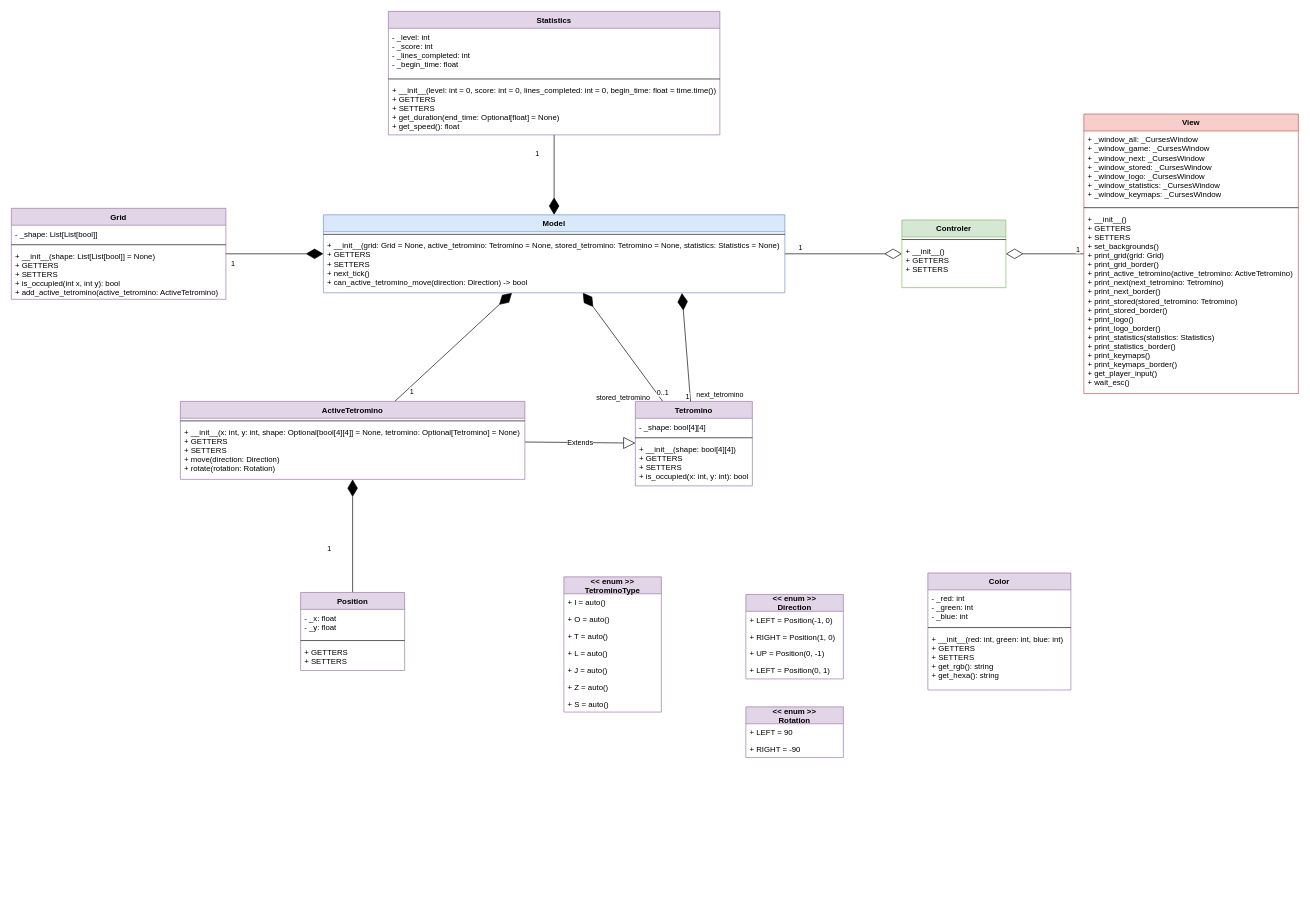
Before: informations/class diagram.drawio in le-chartreux/Tertris, a draw.io diagram. Source tidied: cells renumbered, new cells numbered last; positions are measured from the earlier drawing's top-left corner, leaving out a move shared by most shapes. Both pictures are drawn from the tidied source at 65%, with x=0, y=0 at pixel (11, 11).
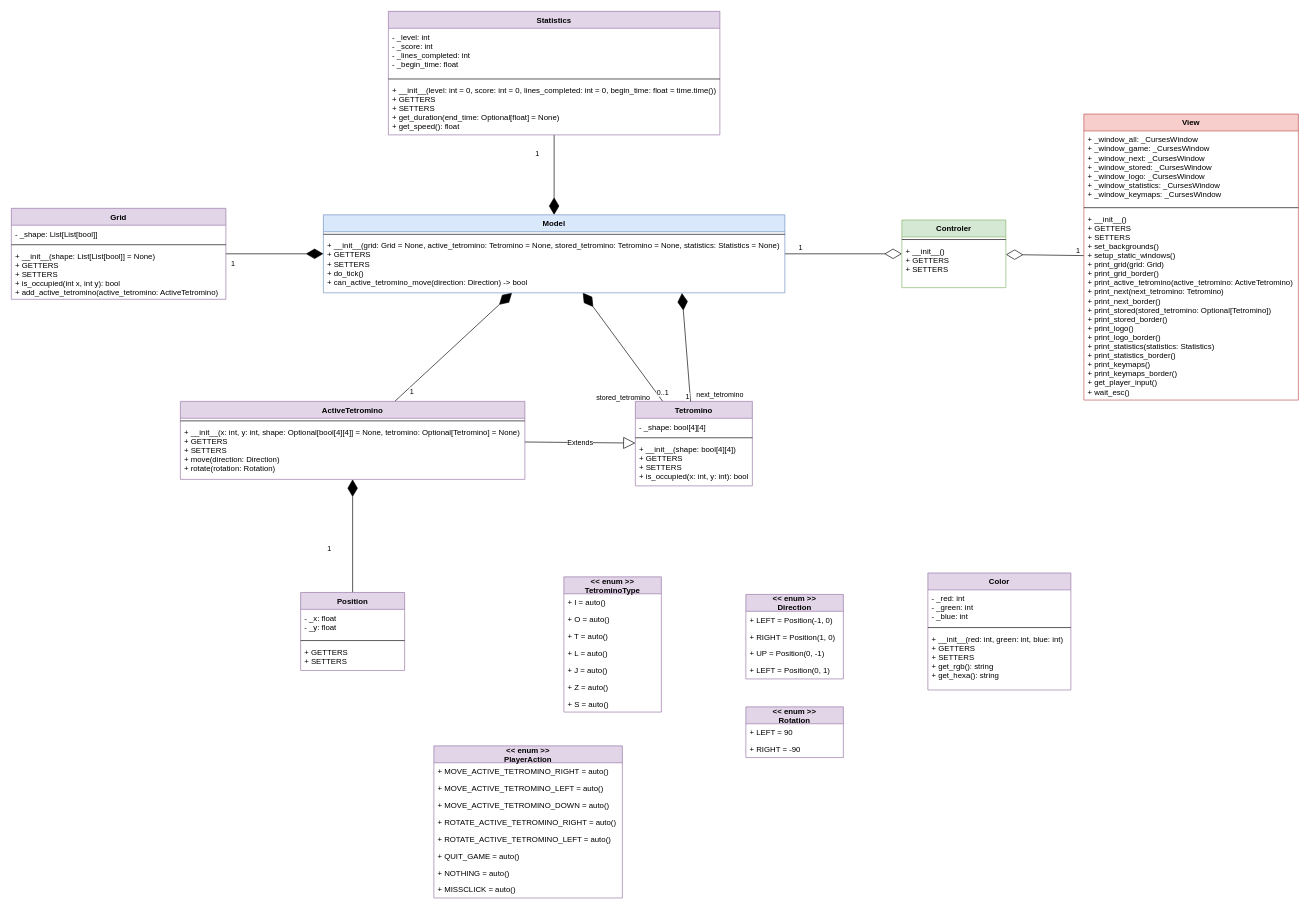
After the change.

The change refers to these unchanged cells:
```xml
<mxCell id="57" value="Model" style="swimlane;fontStyle=1;align=center;verticalAlign=top;horizontal=1;startSize=26;fillColor=#dae8fc;strokeColor=#6c8ebf;" parent="1" vertex="1">
  <mxGeometry x="480" y="313" width="710" height="120" as="geometry" />
</mxCell>
```

What changed in the source:
```diff
@@
-    <mxCell id="59" value="+ __init__(grid: Grid = None, active_tetromino: Tetromino = None, stored_tetromino: Tetromino = None, statistics: Statistics = None)&#10;+ GETTERS&#10;+ SETTERS&#10;+ next_tick()&#10;+ can_active_tetromino_move(direction: Direction) -&gt; bool" style="text;strokeColor=none;fillColor=none;align=left;verticalAlign=top;spacingLeft=4;spacingRight=4;overflow=hidden;points=[[0,0.5],[1,0.5]];portConstraint=eastwest;" parent="57" vertex="1">
+    <mxCell id="59" value="+ __init__(grid: Grid = None, active_tetromino: Tetromino = None, stored_tetromino: Tetromino = None, statistics: Statistics = None)&#10;+ GETTERS&#10;+ SETTERS&#10;+ do_tick()&#10;+ can_active_tetromino_move(direction: Direction) -&gt; bool" style="text;strokeColor=none;fillColor=none;align=left;verticalAlign=top;spacingLeft=4;spacingRight=4;overflow=hidden;points=[[0,0.5],[1,0.5]];portConstraint=eastwest;" parent="57" vertex="1">
       <mxGeometry y="34" width="710" height="86" as="geometry" />
     </mxCell>
@@
     <mxCell id="66" value="View" style="swimlane;fontStyle=1;align=center;verticalAlign=top;horizontal=1;startSize=26;fillColor=#f8cecc;strokeColor=#b85450;" parent="1" vertex="1">
-      <mxGeometry x="1650" y="158" width="330" height="430" as="geometry" />
+      <mxGeometry x="1650" y="158" width="330" height="440" as="geometry" />
     </mxCell>
@@
-    <mxCell id="69" value="+ __init__()&#10;+ GETTERS&#10;+ SETTERS&#10;+ set_backgrounds()&#10;+ print_grid(grid: Grid)&#10;+ print_grid_border()&#10;+ print_active_tetromino(active_tetromino: ActiveTetromino)&#10;+ print_next(next_tetromino: Tetromino)&#10;+ print_next_border()&#10;+ print_stored(stored_tetromino: Tetromino)&#10;+ print_stored_border()&#10;+ print_logo()&#10;+ print_logo_border()&#10;+ print_statistics(statistics: Statistics)&#10;+ print_statistics_border()&#10;+ print_keymaps()&#10;+ print_keymaps_border()&#10;+ get_player_input()&#10;+ wait_esc()" style="text;strokeColor=none;fillColor=none;align=left;verticalAlign=top;spacingLeft=4;spacingRight=4;overflow=hidden;" parent="66" vertex="1">
-      <mxGeometry y="148" width="330" height="282" as="geometry" />
+    <mxCell id="69" value="+ __init__()&#10;+ GETTERS&#10;+ SETTERS&#10;+ set_backgrounds()&#10;+ setup_static_windows()&#10;+ print_grid(grid: Grid)&#10;+ print_grid_border()&#10;+ print_active_tetromino(active_tetromino: ActiveTetromino)&#10;+ print_next(next_tetromino: Tetromino)&#10;+ print_next_border()&#10;+ print_stored(stored_tetromino: Optional[Tetromino])&#10;+ print_stored_border()&#10;+ print_logo()&#10;+ print_logo_border()&#10;+ print_statistics(statistics: Statistics)&#10;+ print_statistics_border()&#10;+ print_keymaps()&#10;+ print_keymaps_border()&#10;+ get_player_input()&#10;+ wait_esc()" style="text;strokeColor=none;fillColor=none;align=left;verticalAlign=top;spacingLeft=4;spacingRight=4;overflow=hidden;" parent="66" vertex="1">
+      <mxGeometry y="148" width="330" height="292" as="geometry" />
     </mxCell>
+    <mxCell id="70" value="&lt;&lt; enum &gt;&gt;&#10;PlayerAction" style="swimlane;fontStyle=1;horizontal=1;startSize=26;fillColor=#e1d5e7;rounded=0;strokeColor=#9673a6;" parent="1" vertex="1">
+      <mxGeometry x="650" y="1130" width="290" height="234" as="geometry" />
+    </mxCell>
+    <mxCell id="71" value="+ MOVE_ACTIVE_TETROMINO_RIGHT = auto()" style="text;strokeColor=none;fillColor=none;align=left;verticalAlign=top;spacingLeft=4;spacingRight=4;overflow=hidden;" parent="70" vertex="1">
+      <mxGeometry y="26" width="290" height="26" as="geometry" />
+    </mxCell>
+    <mxCell id="72" value="+ MOVE_ACTIVE_TETROMINO_LEFT = auto()" style="text;strokeColor=none;fillColor=none;align=left;verticalAlign=top;spacingLeft=4;spacingRight=4;overflow=hidden;" parent="70" vertex="1">
+      <mxGeometry y="52" width="290" height="26" as="geometry" />
+    </mxCell>
+    <mxCell id="73" value="+ MOVE_ACTIVE_TETROMINO_DOWN = auto()" style="text;strokeColor=none;fillColor=none;align=left;verticalAlign=top;spacingLeft=4;spacingRight=4;overflow=hidden;" parent="70" vertex="1">
+      <mxGeometry y="78" width="290" height="26" as="geometry" />
+    </mxCell>
+    <mxCell id="74" value="+ ROTATE_ACTIVE_TETROMINO_RIGHT = auto()" style="text;strokeColor=none;fillColor=none;align=left;verticalAlign=top;spacingLeft=4;spacingRight=4;overflow=hidden;" parent="70" vertex="1">
+      <mxGeometry y="104" width="290" height="26" as="geometry" />
+    </mxCell>
+    <mxCell id="75" value="+ ROTATE_ACTIVE_TETROMINO_LEFT = auto()" style="text;strokeColor=none;fillColor=none;align=left;verticalAlign=top;spacingLeft=4;spacingRight=4;overflow=hidden;" parent="70" vertex="1">
+      <mxGeometry y="130" width="290" height="26" as="geometry" />
+    </mxCell>
+    <mxCell id="76" value="+ QUIT_GAME = auto()" style="text;strokeColor=none;fillColor=none;align=left;verticalAlign=top;spacingLeft=4;spacingRight=4;overflow=hidden;" parent="70" vertex="1">
+      <mxGeometry y="156" width="290" height="26" as="geometry" />
+    </mxCell>
+    <mxCell id="77" value="+ NOTHING = auto()" style="text;strokeColor=none;fillColor=none;align=left;verticalAlign=top;spacingLeft=4;spacingRight=4;overflow=hidden;" parent="70" vertex="1">
+      <mxGeometry y="182" width="290" height="26" as="geometry" />
+    </mxCell>
+    <mxCell id="78" value="+ MISSCLICK = auto()" style="text;strokeColor=none;fillColor=none;align=left;verticalAlign=top;spacingLeft=4;spacingRight=4;overflow=hidden;" parent="70" vertex="1">
+      <mxGeometry y="208" width="290" height="26" as="geometry" />
+    </mxCell>
```
